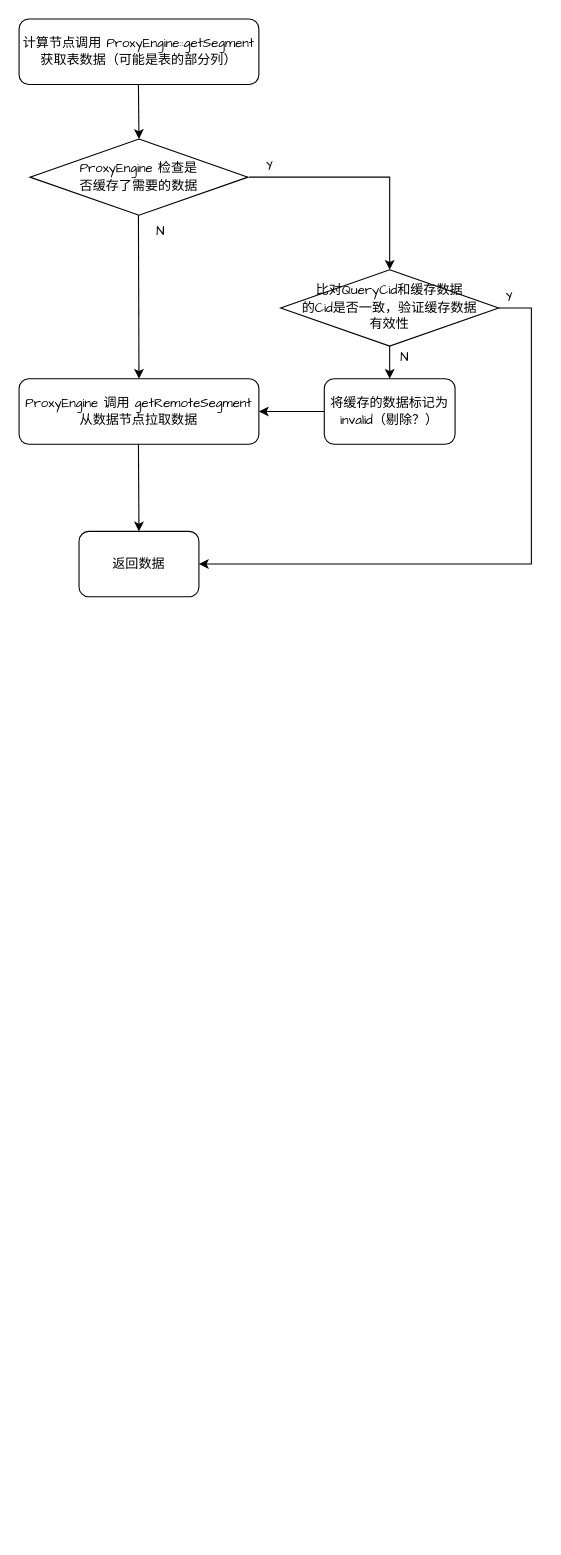
Earlier version of the draw.io diagram disaggregate.drawio (yeqiyi/drawIO). Source tidied: cells renumbered, new cells numbered last; positions are measured from the earlier drawing's top-left corner, leaving out a move shared by most shapes. Both pictures are drawn from the tidied source at 109%, with x=0, y=0 at pixel (19, 19).
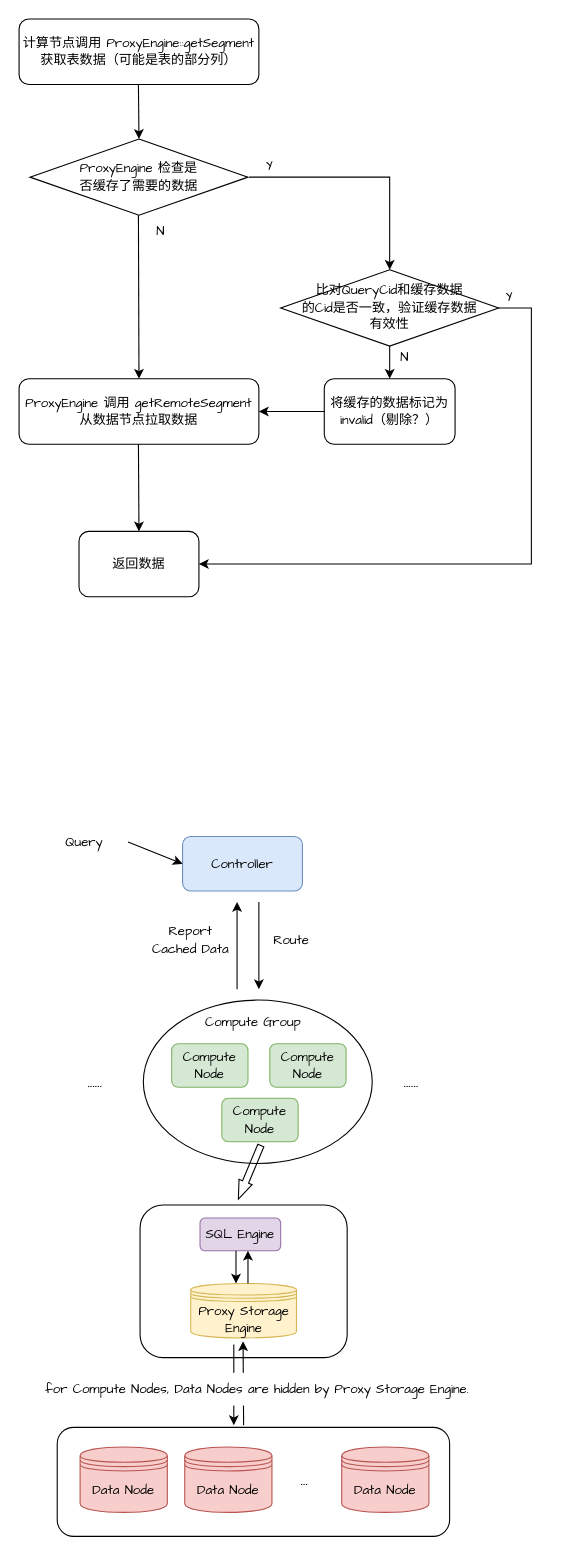
Above is the later version.

Change to the diagram source:
```diff
@@
+    <mxCell id="19" style="rounded=1;whiteSpace=wrap;html=1;fillColor=none;" parent="1" vertex="1">
+      <mxGeometry x="35" y="1292" width="360" height="100" as="geometry" />
+    </mxCell>
+    <mxCell id="20" style="ellipse;whiteSpace=wrap;html=1;fillColor=none;" parent="1" vertex="1">
+      <mxGeometry x="114" y="900" width="210" height="150" as="geometry" />
+    </mxCell>
@@
+    <mxCell id="21" value="&lt;font face=&quot;Comic Sans MS&quot;&gt;Controller&lt;/font&gt;" style="rounded=1;whiteSpace=wrap;html=1;fillColor=#dae8fc;strokeColor=#6c8ebf;" parent="1" vertex="1">
+      <mxGeometry x="150" y="750" width="110" height="50" as="geometry" />
+    </mxCell>
+    <mxCell id="22" value="&lt;font face=&quot;Comic Sans MS&quot;&gt;Query&lt;/font&gt;" style="text;html=1;align=center;verticalAlign=middle;whiteSpace=wrap;rounded=0;" parent="1" vertex="1">
+      <mxGeometry x="20" y="740" width="80" height="30" as="geometry" />
+    </mxCell>
+    <mxCell id="23" style="endArrow=classic;html=1;rounded=0;entryX=0;entryY=0.5;entryDx=0;entryDy=0;exitX=1;exitY=0.5;exitDx=0;exitDy=0;" parent="1" edge="1" source="22" target="21">
+      <mxGeometry relative="1" as="geometry" />
+    </mxCell>
+    <mxCell id="24" style="endArrow=classic;html=1;rounded=0;" parent="1" edge="1">
+      <mxGeometry relative="1" as="geometry">
+        <mxPoint x="220" y="810" as="sourcePoint" />
+        <mxPoint x="220" y="890" as="targetPoint" />
+      </mxGeometry>
+    </mxCell>
+    <mxCell id="25" style="endArrow=classic;html=1;rounded=0;" parent="1" edge="1">
+      <mxGeometry relative="1" as="geometry">
+        <mxPoint x="200" y="890" as="sourcePoint" />
+        <mxPoint x="200" y="810" as="targetPoint" />
+      </mxGeometry>
+    </mxCell>
+    <mxCell id="26" value="&lt;font style=&quot;font-size: 16px;&quot; face=&quot;Comic Sans MS&quot;&gt;……&lt;/font&gt;" style="text;html=1;align=center;verticalAlign=middle;whiteSpace=wrap;rounded=0;" parent="1" vertex="1">
+      <mxGeometry x="30" y="960" width="80" height="30" as="geometry" />
+    </mxCell>
+    <mxCell id="27" value="&lt;font style=&quot;font-size: 16px;&quot; face=&quot;Comic Sans MS&quot;&gt;……&lt;/font&gt;" style="text;html=1;align=center;verticalAlign=middle;whiteSpace=wrap;rounded=0;" parent="1" vertex="1">
+      <mxGeometry x="320" y="960" width="80" height="30" as="geometry" />
+    </mxCell>
+    <mxCell id="28" value="&lt;font face=&quot;Comic Sans MS&quot;&gt;Compute Group&lt;/font&gt;" style="text;html=1;align=center;verticalAlign=middle;whiteSpace=wrap;rounded=0;" parent="1" vertex="1">
+      <mxGeometry x="157" y="910" width="116" height="20" as="geometry" />
+    </mxCell>
+    <mxCell id="29" value="&lt;font face=&quot;Comic Sans MS&quot;&gt;Compute Node&lt;/font&gt;" style="rounded=1;whiteSpace=wrap;html=1;fillColor=#d5e8d4;strokeColor=#82b366;" parent="1" vertex="1">
+      <mxGeometry x="140" y="940" width="70" height="40" as="geometry" />
+    </mxCell>
+    <mxCell id="30" value="&lt;font face=&quot;Comic Sans MS&quot;&gt;Route&lt;/font&gt;" style="text;html=1;align=center;verticalAlign=middle;whiteSpace=wrap;rounded=0;" parent="1" vertex="1">
+      <mxGeometry x="210" y="830" width="80" height="30" as="geometry" />
+    </mxCell>
+    <mxCell id="31" value="&lt;font face=&quot;Comic Sans MS&quot;&gt;Report&amp;nbsp; Cached Data&amp;nbsp;&lt;/font&gt;" style="text;html=1;align=center;verticalAlign=middle;whiteSpace=wrap;rounded=0;" parent="1" vertex="1">
+      <mxGeometry x="120" y="830" width="80" height="30" as="geometry" />
+    </mxCell>
+    <mxCell id="32" value="&lt;font face=&quot;Comic Sans MS&quot;&gt;Compute Node&lt;/font&gt;" style="rounded=1;whiteSpace=wrap;html=1;fillColor=#d5e8d4;strokeColor=#82b366;" parent="1" vertex="1">
+      <mxGeometry x="186" y="990" width="70" height="40" as="geometry" />
+    </mxCell>
+    <mxCell id="33" value="&lt;font face=&quot;Comic Sans MS&quot;&gt;Data Node&lt;/font&gt;" style="shape=datastore;whiteSpace=wrap;html=1;fillColor=#f8cecc;strokeColor=#b85450;" parent="1" vertex="1">
+      <mxGeometry x="56" y="1310" width="80" height="60" as="geometry" />
+    </mxCell>
+    <mxCell id="34" value="&lt;font face=&quot;Comic Sans MS&quot;&gt;Data Node&lt;/font&gt;" style="shape=datastore;whiteSpace=wrap;html=1;fillColor=#f8cecc;strokeColor=#b85450;" parent="1" vertex="1">
+      <mxGeometry x="152" y="1310" width="80" height="60" as="geometry" />
+    </mxCell>
+    <mxCell id="35" value="&lt;font face=&quot;Comic Sans MS&quot;&gt;Data Node&lt;/font&gt;" style="shape=datastore;whiteSpace=wrap;html=1;fillColor=#f8cecc;strokeColor=#b85450;" parent="1" vertex="1">
+      <mxGeometry x="296" y="1310" width="80" height="60" as="geometry" />
+    </mxCell>
+    <mxCell id="36" value="&lt;font style=&quot;font-size: 16px;&quot; face=&quot;Comic Sans MS&quot;&gt;…&lt;/font&gt;" style="text;html=1;align=center;verticalAlign=middle;whiteSpace=wrap;rounded=0;" parent="1" vertex="1">
+      <mxGeometry x="222" y="1325" width="80" height="30" as="geometry" />
+    </mxCell>
+    <mxCell id="37" value="&lt;font face=&quot;Comic Sans MS&quot;&gt;Compute Node&lt;/font&gt;" style="rounded=1;whiteSpace=wrap;html=1;fillColor=#d5e8d4;strokeColor=#82b366;" parent="1" vertex="1">
+      <mxGeometry x="230" y="940" width="70" height="40" as="geometry" />
+    </mxCell>
+    <mxCell id="38" style="rounded=1;whiteSpace=wrap;html=1;" parent="1" vertex="1">
+      <mxGeometry x="111" y="1088" width="190" height="140" as="geometry" />
+    </mxCell>
+    <mxCell id="39" value="&lt;font face=&quot;Comic Sans MS&quot;&gt;SQL Engine&lt;/font&gt;" style="rounded=1;whiteSpace=wrap;html=1;fillColor=#e1d5e7;strokeColor=#9673a6;" parent="1" vertex="1">
+      <mxGeometry x="166" y="1100" width="74" height="30" as="geometry" />
+    </mxCell>
+    <mxCell id="40" value="&lt;font face=&quot;Comic Sans MS&quot;&gt;Proxy Storage Engine&lt;/font&gt;" style="shape=datastore;whiteSpace=wrap;html=1;fillColor=#fff2cc;strokeColor=#d6b656;" parent="1" vertex="1">
+      <mxGeometry x="157.5" y="1160" width="97" height="50" as="geometry" />
+    </mxCell>
+    <mxCell id="41" style="endArrow=classic;html=1;rounded=0;" parent="1" edge="1">
+      <mxGeometry relative="1" as="geometry">
+        <mxPoint x="199" y="1130" as="sourcePoint" />
+        <mxPoint x="199" y="1160" as="targetPoint" />
+      </mxGeometry>
+    </mxCell>
+    <mxCell id="42" style="endArrow=classic;html=1;rounded=0;" parent="1" edge="1">
+      <mxGeometry relative="1" as="geometry">
+        <mxPoint x="210" y="1160" as="sourcePoint" />
+        <mxPoint x="210" y="1130" as="targetPoint" />
+      </mxGeometry>
+    </mxCell>
+    <mxCell id="43" style="shape=flexArrow;endArrow=classic;html=1;rounded=0;width=6;endSize=5.33;endWidth=6;" parent="1" edge="1">
+      <mxGeometry relative="1" as="geometry">
+        <mxPoint x="222" y="1033" as="sourcePoint" />
+        <mxPoint x="201" y="1083" as="targetPoint" />
+      </mxGeometry>
+    </mxCell>
+    <mxCell id="44" style="endArrow=classic;html=1;rounded=0;" parent="1" edge="1">
+      <mxGeometry relative="1" as="geometry">
+        <mxPoint x="206" y="1290" as="sourcePoint" />
+        <mxPoint x="205.5" y="1213" as="targetPoint" />
+      </mxGeometry>
+    </mxCell>
+    <mxCell id="45" style="endArrow=classic;html=1;rounded=0;" parent="1" edge="1">
+      <mxGeometry relative="1" as="geometry">
+        <mxPoint x="197" y="1216" as="sourcePoint" />
+        <mxPoint x="197" y="1290" as="targetPoint" />
+      </mxGeometry>
+    </mxCell>
+    <mxCell id="46" value="&lt;font face=&quot;Comic Sans MS&quot;&gt;for Compute Nodes, Data Nodes are hidden by Proxy Storage Engine.&amp;nbsp;&lt;/font&gt;" style="text;html=1;align=center;verticalAlign=middle;whiteSpace=wrap;rounded=0;fillColor=default;" parent="1" vertex="1">
+      <mxGeometry x="13" y="1242" width="416" height="30" as="geometry" />
+    </mxCell>
```
